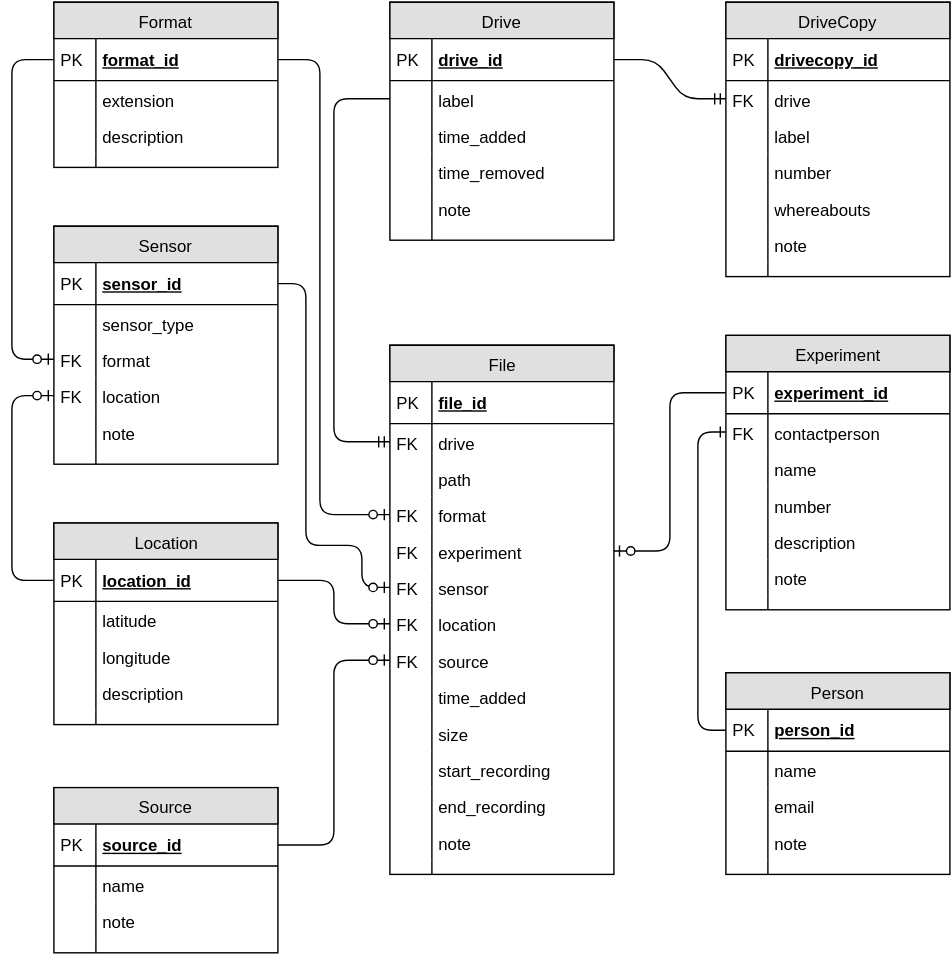
The draw.io diagram dataentry/static/img/SQLdiagram_kumbhmela.svg in louisdijkstra/kumbhmela-metadata, before a commit. Source tidied: cells renumbered, new cells last; positions are measured from the earlier drawing's top-left corner, leaving out a move shared by most shapes.
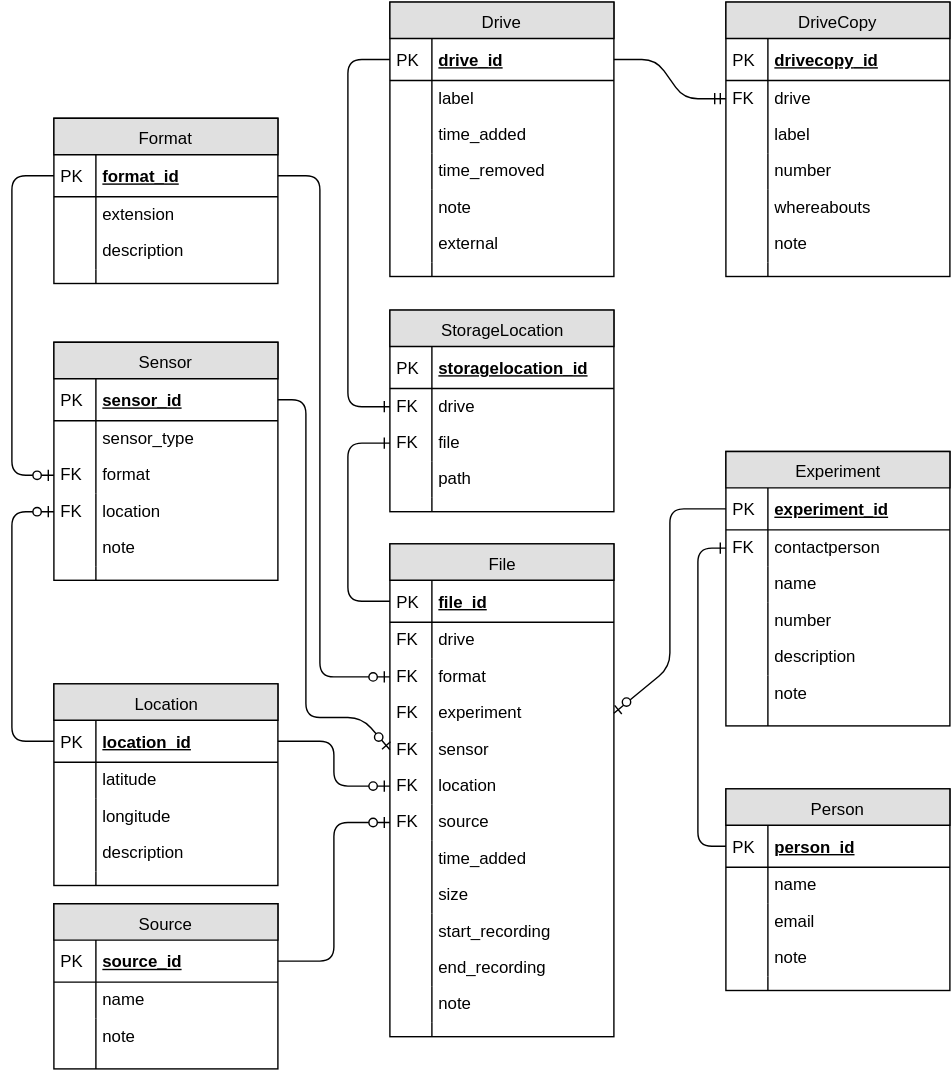
The same file after the commit.

The edit, as a diff of the source:
```diff
@@ -3,7 +3,7 @@
     <mxCell id="0" />
     <mxCell id="1" parent="0" />
     <mxCell id="2" value="Drive" style="swimlane;html=1;fontStyle=0;horizontal=1;startSize=26;fillColor=#e0e0e0;swimlaneFillColor=#ffffff;" parent="1" vertex="1">
-      <mxGeometry x="270" width="160" height="170" as="geometry" />
+      <mxGeometry x="270" y="-83" width="160" height="196" as="geometry" />
     </mxCell>
     <mxCell id="3" value="drive_id" style="shape=partialRectangle;top=0;left=0;right=0;bottom=1;html=1;align=left;verticalAlign=middle;fillColor=none;spacingLeft=34;spacingRight=4;whiteSpace=wrap;overflow=hidden;points=[[0,0.5],[1,0.5]];portConstraint=eastwest;fontStyle=5;" parent="2" vertex="1">
       <mxGeometry y="26" width="160" height="30" as="geometry" />
@@ -35,14 +35,20 @@
     <mxCell id="12" style="shape=partialRectangle;top=0;left=0;bottom=0;html=1;fillColor=none;align=left;verticalAlign=top;spacingLeft=4;spacingRight=4;whiteSpace=wrap;overflow=hidden;" parent="11" vertex="1">
       <mxGeometry width="30" height="26" as="geometry" />
     </mxCell>
+    <mxCell id="137" value="external" style="shape=partialRectangle;top=0;left=0;right=0;bottom=0;html=1;align=left;verticalAlign=top;fillColor=none;spacingLeft=34;spacingRight=4;whiteSpace=wrap;overflow=hidden;" parent="2" vertex="1">
+      <mxGeometry y="160" width="160" height="26" as="geometry" />
+    </mxCell>
+    <mxCell id="138" style="shape=partialRectangle;top=0;left=0;bottom=0;html=1;fillColor=none;align=left;verticalAlign=top;spacingLeft=4;spacingRight=4;whiteSpace=wrap;overflow=hidden;" parent="137" vertex="1">
+      <mxGeometry width="30" height="26" as="geometry" />
+    </mxCell>
     <mxCell id="13" style="shape=partialRectangle;top=0;left=0;right=0;bottom=0;html=1;align=left;verticalAlign=top;fillColor=none;spacingLeft=34;spacingRight=4;whiteSpace=wrap;overflow=hidden;" parent="2" vertex="1">
-      <mxGeometry y="160" width="160" height="10" as="geometry" />
+      <mxGeometry y="186" width="160" height="10" as="geometry" />
     </mxCell>
     <mxCell id="14" style="shape=partialRectangle;top=0;left=0;bottom=0;html=1;fillColor=none;align=left;verticalAlign=top;spacingLeft=4;spacingRight=4;whiteSpace=wrap;overflow=hidden;" parent="13" vertex="1">
       <mxGeometry width="30" height="10" as="geometry" />
     </mxCell>
     <mxCell id="15" value="DriveCopy" style="swimlane;html=1;fontStyle=0;horizontal=1;startSize=26;fillColor=#e0e0e0;swimlaneFillColor=#ffffff;" parent="1" vertex="1">
-      <mxGeometry x="510" width="160" height="196" as="geometry" />
+      <mxGeometry x="510" y="-83" width="160" height="196" as="geometry" />
     </mxCell>
     <mxCell id="16" value="drivecopy&lt;span style=&quot;line-height: 1.2&quot;&gt;_id&lt;/span&gt;" style="shape=partialRectangle;top=0;left=0;right=0;bottom=1;html=1;align=left;verticalAlign=middle;fillColor=none;spacingLeft=34;spacingRight=4;whiteSpace=wrap;overflow=hidden;fontStyle=5;" parent="15" vertex="1">
       <mxGeometry y="26" width="160" height="30" as="geometry" />
@@ -195,7 +201,7 @@
       <mxGeometry width="30" height="10" as="geometry" />
     </mxCell>
     <mxCell id="66" value="Location" style="swimlane;html=1;fontStyle=0;horizontal=1;startSize=26;fillColor=#e0e0e0;swimlaneFillColor=#ffffff;" parent="1" vertex="1">
-      <mxGeometry x="30" y="372" width="160" height="144" as="geometry" />
+      <mxGeometry x="30" y="404" width="160" height="144" as="geometry" />
     </mxCell>
     <mxCell id="67" value="location_id" style="shape=partialRectangle;top=0;left=0;right=0;bottom=1;html=1;align=left;verticalAlign=middle;fillColor=none;spacingLeft=34;spacingRight=4;whiteSpace=wrap;overflow=hidden;points=[[0,0.5],[1,0.5]];portConstraint=eastwest;fontStyle=5;" parent="66" vertex="1">
       <mxGeometry y="26" width="160" height="30" as="geometry" />
@@ -267,7 +273,7 @@
       <mxGeometry width="30" height="10" as="geometry" />
     </mxCell>
     <mxCell id="90" value="File" style="swimlane;html=1;fontStyle=0;horizontal=1;startSize=26;fillColor=#e0e0e0;swimlaneFillColor=#ffffff;" parent="1" vertex="1">
-      <mxGeometry x="270" y="245" width="160" height="378" as="geometry" />
+      <mxGeometry x="270" y="304" width="160" height="352" as="geometry" />
     </mxCell>
     <mxCell id="91" value="file_id" style="shape=partialRectangle;top=0;left=0;right=0;bottom=1;html=1;align=left;verticalAlign=middle;fillColor=none;spacingLeft=34;spacingRight=4;whiteSpace=wrap;overflow=hidden;points=[[0,0.5],[1,0.5]];portConstraint=eastwest;fontStyle=5;" parent="90" vertex="1">
       <mxGeometry y="26" width="160" height="30" as="geometry" />
@@ -281,74 +287,68 @@
     <mxCell id="94" value="FK" style="shape=partialRectangle;top=0;left=0;bottom=0;html=1;fillColor=none;align=left;verticalAlign=top;spacingLeft=4;spacingRight=4;whiteSpace=wrap;overflow=hidden;" parent="93" vertex="1">
       <mxGeometry width="30" height="26" as="geometry" />
     </mxCell>
-    <mxCell id="95" value="path" style="shape=partialRectangle;top=0;left=0;right=0;bottom=0;html=1;align=left;verticalAlign=top;fillColor=none;spacingLeft=34;spacingRight=4;whiteSpace=wrap;overflow=hidden;" parent="90" vertex="1">
-      <mxGeometry y="82" width="160" height="26" as="geometry" />
-    </mxCell>
-    <mxCell id="96" style="shape=partialRectangle;top=0;left=0;bottom=0;html=1;fillColor=none;align=left;verticalAlign=top;spacingLeft=4;spacingRight=4;whiteSpace=wrap;overflow=hidden;" parent="95" vertex="1">
-      <mxGeometry width="30" height="26" as="geometry" />
-    </mxCell>
     <mxCell id="97" value="format" style="shape=partialRectangle;top=0;left=0;right=0;bottom=0;html=1;align=left;verticalAlign=top;fillColor=none;spacingLeft=34;spacingRight=4;whiteSpace=wrap;overflow=hidden;points=[[0,0.5],[1,0.5]];portConstraint=eastwest;" parent="90" vertex="1">
-      <mxGeometry y="108" width="160" height="26" as="geometry" />
+      <mxGeometry y="82" width="160" height="26" as="geometry" />
     </mxCell>
     <mxCell id="98" value="FK" style="shape=partialRectangle;top=0;left=0;bottom=0;html=1;fillColor=none;align=left;verticalAlign=top;spacingLeft=4;spacingRight=4;whiteSpace=wrap;overflow=hidden;" parent="97" vertex="1">
       <mxGeometry width="30" height="26" as="geometry" />
     </mxCell>
     <mxCell id="99" value="experiment" style="shape=partialRectangle;top=0;left=0;right=0;bottom=0;html=1;align=left;verticalAlign=top;fillColor=none;spacingLeft=34;spacingRight=4;whiteSpace=wrap;overflow=hidden;points=[[0,0.5],[1,0.5]];portConstraint=eastwest;" parent="90" vertex="1">
-      <mxGeometry y="134" width="160" height="26" as="geometry" />
+      <mxGeometry y="108" width="160" height="26" as="geometry" />
     </mxCell>
     <mxCell id="100" value="FK" style="shape=partialRectangle;top=0;left=0;bottom=0;html=1;fillColor=none;align=left;verticalAlign=top;spacingLeft=4;spacingRight=4;whiteSpace=wrap;overflow=hidden;" parent="99" vertex="1">
       <mxGeometry width="30" height="26" as="geometry" />
     </mxCell>
     <mxCell id="101" value="sensor" style="shape=partialRectangle;top=0;left=0;right=0;bottom=0;html=1;align=left;verticalAlign=top;fillColor=none;spacingLeft=34;spacingRight=4;whiteSpace=wrap;overflow=hidden;points=[[0,0.5],[1,0.5]];portConstraint=eastwest;" parent="90" vertex="1">
-      <mxGeometry y="160" width="160" height="26" as="geometry" />
+      <mxGeometry y="134" width="160" height="26" as="geometry" />
     </mxCell>
     <mxCell id="102" value="FK" style="shape=partialRectangle;top=0;left=0;bottom=0;html=1;fillColor=none;align=left;verticalAlign=top;spacingLeft=4;spacingRight=4;whiteSpace=wrap;overflow=hidden;" parent="101" vertex="1">
       <mxGeometry width="30" height="26" as="geometry" />
     </mxCell>
     <mxCell id="103" value="location" style="shape=partialRectangle;top=0;left=0;right=0;bottom=0;html=1;align=left;verticalAlign=top;fillColor=none;spacingLeft=34;spacingRight=4;whiteSpace=wrap;overflow=hidden;points=[[0,0.5],[1,0.5]];portConstraint=eastwest;" parent="90" vertex="1">
-      <mxGeometry y="186" width="160" height="26" as="geometry" />
+      <mxGeometry y="160" width="160" height="26" as="geometry" />
     </mxCell>
     <mxCell id="104" value="FK" style="shape=partialRectangle;top=0;left=0;bottom=0;html=1;fillColor=none;align=left;verticalAlign=top;spacingLeft=4;spacingRight=4;whiteSpace=wrap;overflow=hidden;" parent="103" vertex="1">
       <mxGeometry width="30" height="26" as="geometry" />
     </mxCell>
     <mxCell id="105" value="source" style="shape=partialRectangle;top=0;left=0;right=0;bottom=0;html=1;align=left;verticalAlign=top;fillColor=none;spacingLeft=34;spacingRight=4;whiteSpace=wrap;overflow=hidden;points=[[0,0.5],[1,0.5]];portConstraint=eastwest;" parent="90" vertex="1">
-      <mxGeometry y="212" width="160" height="26" as="geometry" />
+      <mxGeometry y="186" width="160" height="26" as="geometry" />
     </mxCell>
     <mxCell id="106" value="FK" style="shape=partialRectangle;top=0;left=0;bottom=0;html=1;fillColor=none;align=left;verticalAlign=top;spacingLeft=4;spacingRight=4;whiteSpace=wrap;overflow=hidden;" parent="105" vertex="1">
       <mxGeometry width="30" height="26" as="geometry" />
     </mxCell>
     <mxCell id="107" value="time_added" style="shape=partialRectangle;top=0;left=0;right=0;bottom=0;html=1;align=left;verticalAlign=top;fillColor=none;spacingLeft=34;spacingRight=4;whiteSpace=wrap;overflow=hidden;" parent="90" vertex="1">
-      <mxGeometry y="238" width="160" height="26" as="geometry" />
+      <mxGeometry y="212" width="160" height="26" as="geometry" />
     </mxCell>
     <mxCell id="108" style="shape=partialRectangle;top=0;left=0;bottom=0;html=1;fillColor=none;align=left;verticalAlign=top;spacingLeft=4;spacingRight=4;whiteSpace=wrap;overflow=hidden;" parent="107" vertex="1">
       <mxGeometry width="30" height="26" as="geometry" />
     </mxCell>
     <mxCell id="109" value="size" style="shape=partialRectangle;top=0;left=0;right=0;bottom=0;html=1;align=left;verticalAlign=top;fillColor=none;spacingLeft=34;spacingRight=4;whiteSpace=wrap;overflow=hidden;" parent="90" vertex="1">
-      <mxGeometry y="264" width="160" height="26" as="geometry" />
+      <mxGeometry y="238" width="160" height="26" as="geometry" />
     </mxCell>
     <mxCell id="110" style="shape=partialRectangle;top=0;left=0;bottom=0;html=1;fillColor=none;align=left;verticalAlign=top;spacingLeft=4;spacingRight=4;whiteSpace=wrap;overflow=hidden;" parent="109" vertex="1">
       <mxGeometry width="30" height="26" as="geometry" />
     </mxCell>
     <mxCell id="111" value="start_recording" style="shape=partialRectangle;top=0;left=0;right=0;bottom=0;html=1;align=left;verticalAlign=top;fillColor=none;spacingLeft=34;spacingRight=4;whiteSpace=wrap;overflow=hidden;" parent="90" vertex="1">
-      <mxGeometry y="290" width="160" height="26" as="geometry" />
+      <mxGeometry y="264" width="160" height="26" as="geometry" />
     </mxCell>
     <mxCell id="112" style="shape=partialRectangle;top=0;left=0;bottom=0;html=1;fillColor=none;align=left;verticalAlign=top;spacingLeft=4;spacingRight=4;whiteSpace=wrap;overflow=hidden;" parent="111" vertex="1">
       <mxGeometry width="30" height="26" as="geometry" />
     </mxCell>
     <mxCell id="113" value="end_recording" style="shape=partialRectangle;top=0;left=0;right=0;bottom=0;html=1;align=left;verticalAlign=top;fillColor=none;spacingLeft=34;spacingRight=4;whiteSpace=wrap;overflow=hidden;" parent="90" vertex="1">
-      <mxGeometry y="316" width="160" height="26" as="geometry" />
+      <mxGeometry y="290" width="160" height="26" as="geometry" />
     </mxCell>
     <mxCell id="114" style="shape=partialRectangle;top=0;left=0;bottom=0;html=1;fillColor=none;align=left;verticalAlign=top;spacingLeft=4;spacingRight=4;whiteSpace=wrap;overflow=hidden;" parent="113" vertex="1">
       <mxGeometry width="30" height="26" as="geometry" />
     </mxCell>
     <mxCell id="115" value="note" style="shape=partialRectangle;top=0;left=0;right=0;bottom=0;html=1;align=left;verticalAlign=top;fillColor=none;spacingLeft=34;spacingRight=4;whiteSpace=wrap;overflow=hidden;" parent="90" vertex="1">
-      <mxGeometry y="342" width="160" height="26" as="geometry" />
+      <mxGeometry y="316" width="160" height="26" as="geometry" />
     </mxCell>
     <mxCell id="116" style="shape=partialRectangle;top=0;left=0;bottom=0;html=1;fillColor=none;align=left;verticalAlign=top;spacingLeft=4;spacingRight=4;whiteSpace=wrap;overflow=hidden;" parent="115" vertex="1">
       <mxGeometry width="30" height="26" as="geometry" />
     </mxCell>
     <mxCell id="117" style="shape=partialRectangle;top=0;left=0;right=0;bottom=0;html=1;align=left;verticalAlign=top;fillColor=none;spacingLeft=34;spacingRight=4;whiteSpace=wrap;overflow=hidden;" parent="90" vertex="1">
-      <mxGeometry y="368" width="160" height="10" as="geometry" />
+      <mxGeometry y="342" width="160" height="10" as="geometry" />
     </mxCell>
     <mxCell id="118" style="shape=partialRectangle;top=0;left=0;bottom=0;html=1;fillColor=none;align=left;verticalAlign=top;spacingLeft=4;spacingRight=4;whiteSpace=wrap;overflow=hidden;" parent="117" vertex="1">
       <mxGeometry width="30" height="10" as="geometry" />
@@ -380,18 +380,10 @@
     <mxCell id="127" style="shape=partialRectangle;top=0;left=0;bottom=0;html=1;fillColor=none;align=left;verticalAlign=top;spacingLeft=4;spacingRight=4;whiteSpace=wrap;overflow=hidden;" parent="126" vertex="1">
       <mxGeometry width="30" height="10" as="geometry" />
     </mxCell>
-    <mxCell id="128" style="endArrow=none;startArrow=ERmandOne;html=1;entryX=0;entryY=0.5;exitX=0;exitY=0.5;startFill=0;endFill=0;" parent="1" edge="1" source="93" target="5">
-      <mxGeometry relative="1" as="geometry">
-        <Array as="points">
-          <mxPoint x="230" y="314" />
-          <mxPoint x="230" y="69" />
-        </Array>
-      </mxGeometry>
-    </mxCell>
     <mxCell id="129" style="endArrow=none;html=1;exitX=0;exitY=0.5;entryX=1;entryY=0.5;endFill=0;startArrow=ERzeroToOne;startFill=1;" parent="1" edge="1" source="97" target="58">
       <mxGeometry relative="1" as="geometry">
         <Array as="points">
-          <mxPoint x="220" y="366" />
+          <mxPoint x="220" y="399" />
           <mxPoint x="220" y="41" />
         </Array>
       </mxGeometry>
@@ -408,15 +400,15 @@
       <mxGeometry relative="1" as="geometry">
         <Array as="points">
           <mxPoint x="230" y="602" />
-          <mxPoint x="230" y="470" />
+          <mxPoint x="230" y="503" />
         </Array>
       </mxGeometry>
     </mxCell>
     <mxCell id="132" style="endArrow=ERzeroToOne;startArrow=none;html=1;entryX=0;entryY=0.5;exitX=1;exitY=0.5;startFill=0;endFill=1;" parent="1" edge="1" source="67" target="103">
       <mxGeometry relative="1" as="geometry">
         <Array as="points">
-          <mxPoint x="230" y="413" />
-          <mxPoint x="230" y="444" />
+          <mxPoint x="230" y="445" />
+          <mxPoint x="230" y="477" />
         </Array>
       </mxGeometry>
     </mxCell>
@@ -424,9 +416,8 @@
       <mxGeometry relative="1" as="geometry">
         <Array as="points">
           <mxPoint x="210" y="201" />
-          <mxPoint x="210" y="388" />
-          <mxPoint x="250" y="388" />
-          <mxPoint x="250" y="418" />
+          <mxPoint x="210" y="428" />
+          <mxPoint x="250" y="428" />
         </Array>
       </mxGeometry>
     </mxCell>
@@ -441,7 +432,7 @@
     <mxCell id="135" style="endArrow=ERzeroToOne;startArrow=none;html=1;entryX=0;entryY=0.5;exitX=0;exitY=0.5;startFill=0;endFill=1;" parent="1" edge="1" source="67" target="84">
       <mxGeometry relative="1" as="geometry">
         <Array as="points">
-          <mxPoint y="413" />
+          <mxPoint y="445" />
           <mxPoint y="281" />
         </Array>
       </mxGeometry>
@@ -454,5 +445,56 @@
         </Array>
       </mxGeometry>
     </mxCell>
+    <mxCell id="139" value="StorageLocation" style="swimlane;html=1;fontStyle=0;horizontal=1;startSize=26;fillColor=#e0e0e0;swimlaneFillColor=#ffffff;" parent="1" vertex="1">
+      <mxGeometry x="270" y="137" width="160" height="144" as="geometry" />
+    </mxCell>
+    <mxCell id="140" value="storagelocation_id" style="shape=partialRectangle;top=0;left=0;right=0;bottom=1;html=1;align=left;verticalAlign=middle;fillColor=none;spacingLeft=34;spacingRight=4;whiteSpace=wrap;overflow=hidden;fontStyle=5;" parent="139" vertex="1">
+      <mxGeometry y="26" width="160" height="30" as="geometry" />
+    </mxCell>
+    <mxCell id="141" value="PK" style="shape=partialRectangle;top=0;left=0;bottom=0;html=1;fillColor=none;align=left;verticalAlign=middle;spacingLeft=4;spacingRight=4;whiteSpace=wrap;overflow=hidden;" parent="140" vertex="1">
+      <mxGeometry width="30" height="30" as="geometry" />
+    </mxCell>
+    <mxCell id="142" value="drive" style="shape=partialRectangle;top=0;left=0;right=0;bottom=0;html=1;align=left;verticalAlign=top;fillColor=none;spacingLeft=34;spacingRight=4;whiteSpace=wrap;overflow=hidden;points=[[0,0.5],[1,0.5]];portConstraint=eastwest;" parent="139" vertex="1">
+      <mxGeometry y="56" width="160" height="26" as="geometry" />
+    </mxCell>
+    <mxCell id="143" value="FK" style="shape=partialRectangle;top=0;left=0;bottom=0;html=1;fillColor=none;align=left;verticalAlign=top;spacingLeft=4;spacingRight=4;whiteSpace=wrap;overflow=hidden;" parent="142" vertex="1">
+      <mxGeometry width="30" height="26" as="geometry" />
+    </mxCell>
+    <mxCell id="144" value="file" style="shape=partialRectangle;top=0;left=0;right=0;bottom=0;html=1;align=left;verticalAlign=top;fillColor=none;spacingLeft=34;spacingRight=4;whiteSpace=wrap;overflow=hidden;points=[[0,0.5],[1,0.5]];portConstraint=eastwest;" parent="139" vertex="1">
+      <mxGeometry y="82" width="160" height="26" as="geometry" />
+    </mxCell>
+    <mxCell id="145" value="FK" style="shape=partialRectangle;top=0;left=0;bottom=0;html=1;fillColor=none;align=left;verticalAlign=top;spacingLeft=4;spacingRight=4;whiteSpace=wrap;overflow=hidden;" parent="144" vertex="1">
+      <mxGeometry width="30" height="26" as="geometry" />
+    </mxCell>
+    <mxCell id="95" value="path" style="shape=partialRectangle;top=0;left=0;right=0;bottom=0;html=1;align=left;verticalAlign=top;fillColor=none;spacingLeft=34;spacingRight=4;whiteSpace=wrap;overflow=hidden;" parent="139" vertex="1">
+      <mxGeometry y="108" width="160" height="26" as="geometry" />
+    </mxCell>
+    <mxCell id="146" style="shape=partialRectangle;top=0;left=0;bottom=0;html=1;fillColor=none;align=left;verticalAlign=top;spacingLeft=4;spacingRight=4;whiteSpace=wrap;overflow=hidden;" parent="95" vertex="1">
+      <mxGeometry width="30" height="26" as="geometry" />
+    </mxCell>
+    <mxCell id="147" style="shape=partialRectangle;top=0;left=0;right=0;bottom=0;html=1;align=left;verticalAlign=top;fillColor=none;spacingLeft=34;spacingRight=4;whiteSpace=wrap;overflow=hidden;" parent="139" vertex="1">
+      <mxGeometry y="134" width="160" height="10" as="geometry" />
+    </mxCell>
+    <mxCell id="148" style="shape=partialRectangle;top=0;left=0;bottom=0;html=1;fillColor=none;align=left;verticalAlign=top;spacingLeft=4;spacingRight=4;whiteSpace=wrap;overflow=hidden;" parent="147" vertex="1">
+      <mxGeometry width="30" height="10" as="geometry" />
+    </mxCell>
+    <mxCell id="149" style="endArrow=none;html=1;fontSize=20;exitX=0;exitY=0.5;entryX=0;entryY=0.5;endFill=0;startArrow=ERone;startFill=0;" parent="1" edge="1" source="144" target="91">
+      <mxGeometry relative="1" as="geometry">
+        <Array as="points">
+          <mxPoint x="240" y="232" />
+          <mxPoint x="240" y="288" />
+          <mxPoint x="240" y="345" />
+        </Array>
+      </mxGeometry>
+    </mxCell>
+    <mxCell id="150" style="endArrow=ERone;html=1;fontSize=20;exitX=0;exitY=0.5;entryX=0;entryY=0.5;endFill=0;" parent="1" edge="1" source="3" target="142">
+      <mxGeometry relative="1" as="geometry">
+        <Array as="points">
+          <mxPoint x="240" y="-42" />
+          <mxPoint x="240" y="88" />
+          <mxPoint x="240" y="206" />
+        </Array>
+      </mxGeometry>
+    </mxCell>
   </root>
 </mxGraphModel>
```
